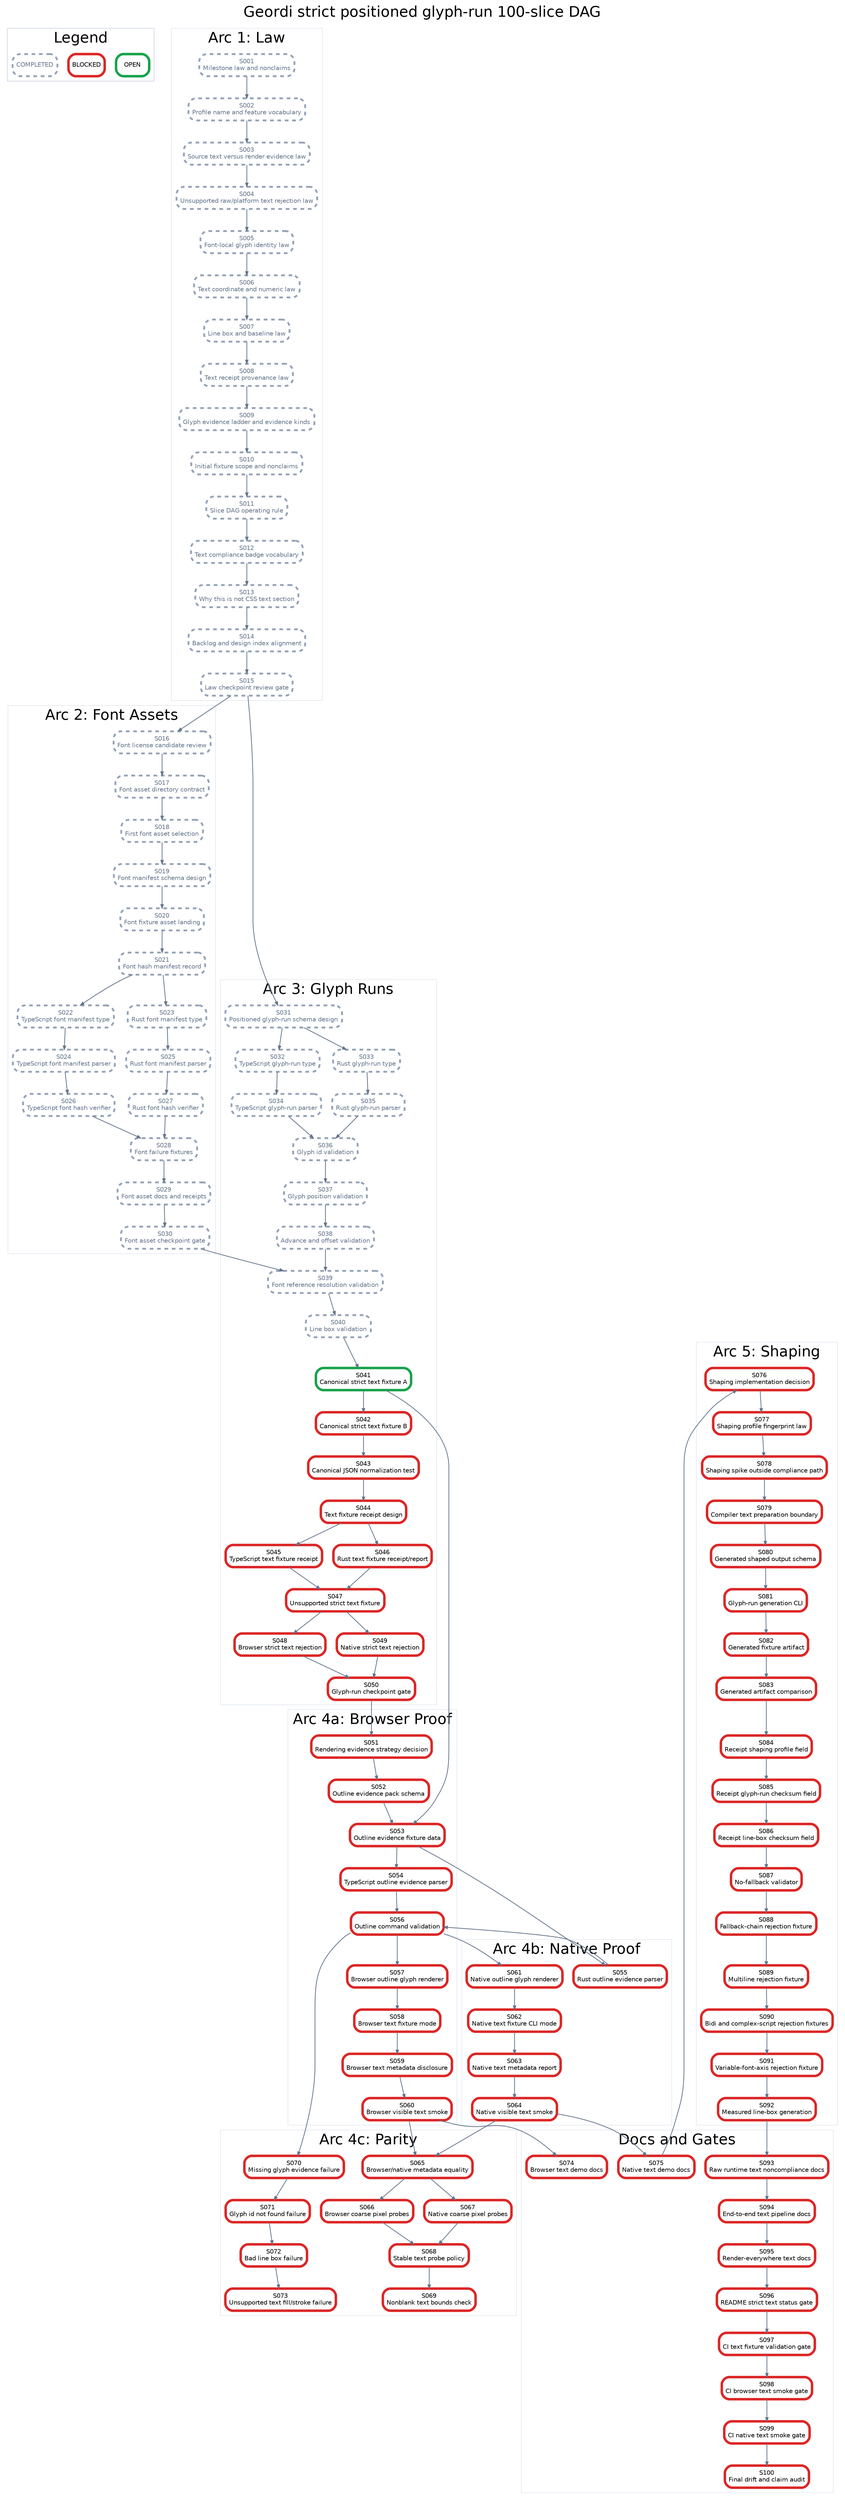
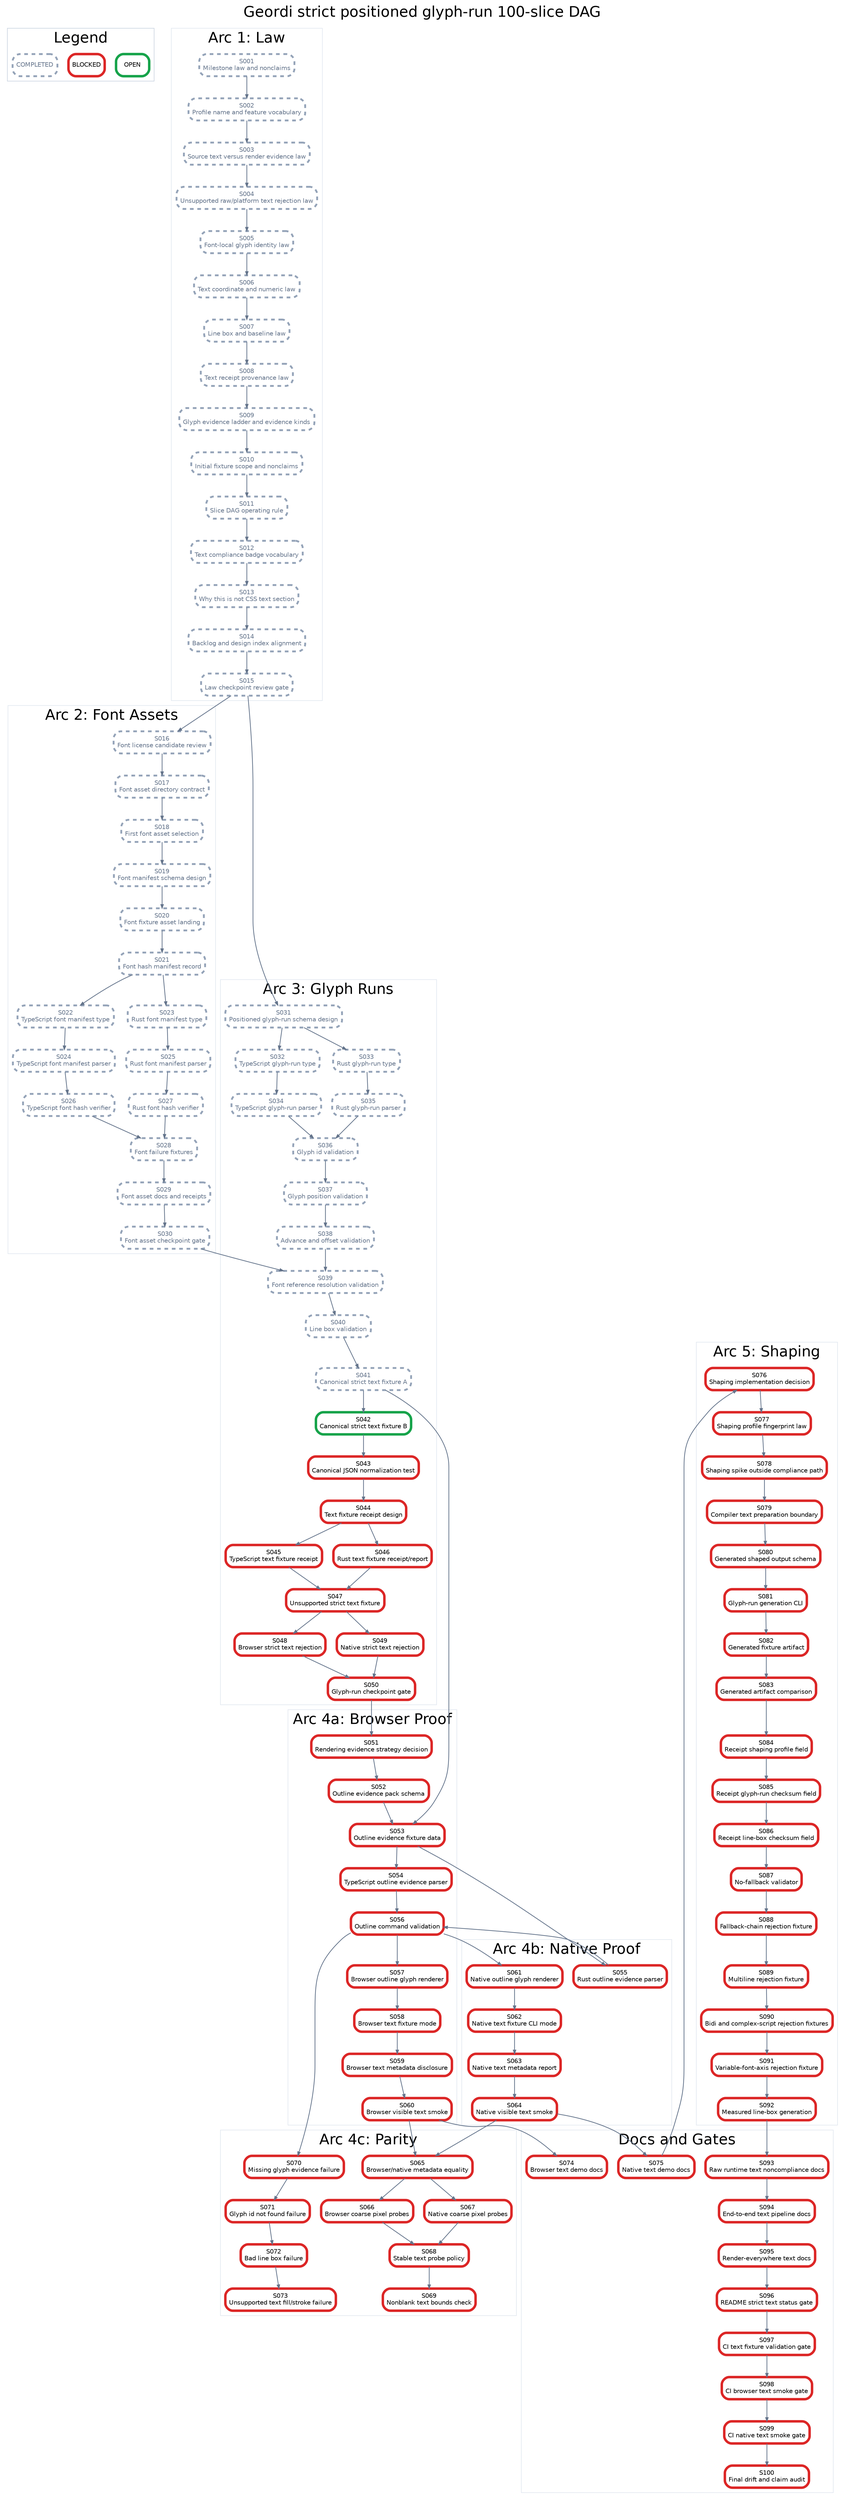
digraph StrictPositionedGlyphRunPlan {
  graph [rankdir=TB, bgcolor="white", fontname="Helvetica", label="Geordi strict positioned glyph-run 100-slice DAG", labelloc="t", fontsize=24];
  node [shape=box, style="rounded,filled", fillcolor="white", fontname="Helvetica", fontsize=10, margin="0.08,0.05"];
  edge [color="#64748b", arrowsize=0.6, penwidth=1.2];

  subgraph cluster_legend {
    label="Legend";
    color="#cbd5e1";
    legend_open [label="OPEN", color="#16a34a", penwidth=4];
    legend_blocked [label="BLOCKED", color="#dc2626", penwidth=4];
    legend_done [label="COMPLETED", color="#94a3b8", penwidth=3, style="rounded,filled,dashed", fontcolor="#64748b"];
  }

  subgraph cluster_law {
    label="Arc 1: Law";
    color="#e2e8f0";
    S001 [label="S001\nMilestone law and nonclaims", color="#94a3b8", penwidth=3, style="rounded,filled,dashed", fontcolor="#64748b"];
    S002 [label="S002\nProfile name and feature vocabulary", color="#94a3b8", penwidth=3, style="rounded,filled,dashed", fontcolor="#64748b"];
    S003 [label="S003\nSource text versus render evidence law", color="#94a3b8", penwidth=3, style="rounded,filled,dashed", fontcolor="#64748b"];
    S004 [label="S004\nUnsupported raw/platform text rejection law", color="#94a3b8", penwidth=3, style="rounded,filled,dashed", fontcolor="#64748b"];
    S005 [label="S005\nFont-local glyph identity law", color="#94a3b8", penwidth=3, style="rounded,filled,dashed", fontcolor="#64748b"];
    S006 [label="S006\nText coordinate and numeric law", color="#94a3b8", penwidth=3, style="rounded,filled,dashed", fontcolor="#64748b"];
    S007 [label="S007\nLine box and baseline law", color="#94a3b8", penwidth=3, style="rounded,filled,dashed", fontcolor="#64748b"];
    S008 [label="S008\nText receipt provenance law", color="#94a3b8", penwidth=3, style="rounded,filled,dashed", fontcolor="#64748b"];
    S009 [label="S009\nGlyph evidence ladder and evidence kinds", color="#94a3b8", penwidth=3, style="rounded,filled,dashed", fontcolor="#64748b"];
    S010 [label="S010\nInitial fixture scope and nonclaims", color="#94a3b8", penwidth=3, style="rounded,filled,dashed", fontcolor="#64748b"];
    S011 [label="S011\nSlice DAG operating rule", color="#94a3b8", penwidth=3, style="rounded,filled,dashed", fontcolor="#64748b"];
    S012 [label="S012\nText compliance badge vocabulary", color="#94a3b8", penwidth=3, style="rounded,filled,dashed", fontcolor="#64748b"];
    S013 [label="S013\nWhy this is not CSS text section", color="#94a3b8", penwidth=3, style="rounded,filled,dashed", fontcolor="#64748b"];
    S014 [label="S014\nBacklog and design index alignment", color="#94a3b8", penwidth=3, style="rounded,filled,dashed", fontcolor="#64748b"];
    S015 [label="S015\nLaw checkpoint review gate", color="#94a3b8", penwidth=3, style="rounded,filled,dashed", fontcolor="#64748b"];
  }

  subgraph cluster_assets {
    label="Arc 2: Font Assets";
    color="#e2e8f0";
    S016 [label="S016\nFont license candidate review", color="#94a3b8", penwidth=3, style="rounded,filled,dashed", fontcolor="#64748b"];
    S017 [label="S017\nFont asset directory contract", color="#94a3b8", penwidth=3, style="rounded,filled,dashed", fontcolor="#64748b"];
    S018 [label="S018\nFirst font asset selection", color="#94a3b8", penwidth=3, style="rounded,filled,dashed", fontcolor="#64748b"];
    S019 [label="S019\nFont manifest schema design", color="#94a3b8", penwidth=3, style="rounded,filled,dashed", fontcolor="#64748b"];
    S020 [label="S020\nFont fixture asset landing", color="#94a3b8", penwidth=3, style="rounded,filled,dashed", fontcolor="#64748b"];
    S021 [label="S021\nFont hash manifest record", color="#94a3b8", penwidth=3, style="rounded,filled,dashed", fontcolor="#64748b"];
    S022 [label="S022\nTypeScript font manifest type", color="#94a3b8", penwidth=3, style="rounded,filled,dashed", fontcolor="#64748b"];
    S023 [label="S023\nRust font manifest type", color="#94a3b8", penwidth=3, style="rounded,filled,dashed", fontcolor="#64748b"];
    S024 [label="S024\nTypeScript font manifest parser", color="#94a3b8", penwidth=3, style="rounded,filled,dashed", fontcolor="#64748b"];
    S025 [label="S025\nRust font manifest parser", color="#94a3b8", penwidth=3, style="rounded,filled,dashed", fontcolor="#64748b"];
    S026 [label="S026\nTypeScript font hash verifier", color="#94a3b8", penwidth=3, style="rounded,filled,dashed", fontcolor="#64748b"];
    S027 [label="S027\nRust font hash verifier", color="#94a3b8", penwidth=3, style="rounded,filled,dashed", fontcolor="#64748b"];
    S028 [label="S028\nFont failure fixtures", color="#94a3b8", penwidth=3, style="rounded,filled,dashed", fontcolor="#64748b"];
    S029 [label="S029\nFont asset docs and receipts", color="#94a3b8", penwidth=3, style="rounded,filled,dashed", fontcolor="#64748b"];
    S030 [label="S030\nFont asset checkpoint gate", color="#94a3b8", penwidth=3, style="rounded,filled,dashed", fontcolor="#64748b"];
  }

  subgraph cluster_glyph {
    label="Arc 3: Glyph Runs";
    color="#e2e8f0";
    S031 [label="S031\nPositioned glyph-run schema design", color="#94a3b8", penwidth=3, style="rounded,filled,dashed", fontcolor="#64748b"];
    S032 [label="S032\nTypeScript glyph-run type", color="#94a3b8", penwidth=3, style="rounded,filled,dashed", fontcolor="#64748b"];
    S033 [label="S033\nRust glyph-run type", color="#94a3b8", penwidth=3, style="rounded,filled,dashed", fontcolor="#64748b"];
    S034 [label="S034\nTypeScript glyph-run parser", color="#94a3b8", penwidth=3, style="rounded,filled,dashed", fontcolor="#64748b"];
    S035 [label="S035\nRust glyph-run parser", color="#94a3b8", penwidth=3, style="rounded,filled,dashed", fontcolor="#64748b"];
    S036 [label="S036\nGlyph id validation", color="#94a3b8", penwidth=3, style="rounded,filled,dashed", fontcolor="#64748b"];
    S037 [label="S037\nGlyph position validation", color="#94a3b8", penwidth=3, style="rounded,filled,dashed", fontcolor="#64748b"];
    S038 [label="S038\nAdvance and offset validation", color="#94a3b8", penwidth=3, style="rounded,filled,dashed", fontcolor="#64748b"];
    S039 [label="S039\nFont reference resolution validation", color="#94a3b8", penwidth=3, style="rounded,filled,dashed", fontcolor="#64748b"];
    S040 [label="S040\nLine box validation", color="#94a3b8", penwidth=3, style="rounded,filled,dashed", fontcolor="#64748b"];
-     S041 [label="S041\nCanonical strict text fixture A", color="#16a34a", penwidth=4];
-     S042 [label="S042\nCanonical strict text fixture B", color="#dc2626", penwidth=4];
+     S041 [label="S041\nCanonical strict text fixture A", color="#94a3b8", penwidth=3, style="rounded,filled,dashed", fontcolor="#64748b"];
+     S042 [label="S042\nCanonical strict text fixture B", color="#16a34a", penwidth=4];
    S043 [label="S043\nCanonical JSON normalization test", color="#dc2626", penwidth=4];
    S044 [label="S044\nText fixture receipt design", color="#dc2626", penwidth=4];
    S045 [label="S045\nTypeScript text fixture receipt", color="#dc2626", penwidth=4];
    S046 [label="S046\nRust text fixture receipt/report", color="#dc2626", penwidth=4];
    S047 [label="S047\nUnsupported strict text fixture", color="#dc2626", penwidth=4];
    S048 [label="S048\nBrowser strict text rejection", color="#dc2626", penwidth=4];
    S049 [label="S049\nNative strict text rejection", color="#dc2626", penwidth=4];
    S050 [label="S050\nGlyph-run checkpoint gate", color="#dc2626", penwidth=4];
  }

  subgraph cluster_browser {
    label="Arc 4a: Browser Proof";
    color="#e2e8f0";
    S051 [label="S051\nRendering evidence strategy decision", color="#dc2626", penwidth=4];
    S052 [label="S052\nOutline evidence pack schema", color="#dc2626", penwidth=4];
    S053 [label="S053\nOutline evidence fixture data", color="#dc2626", penwidth=4];
    S054 [label="S054\nTypeScript outline evidence parser", color="#dc2626", penwidth=4];
    S056 [label="S056\nOutline command validation", color="#dc2626", penwidth=4];
    S057 [label="S057\nBrowser outline glyph renderer", color="#dc2626", penwidth=4];
    S058 [label="S058\nBrowser text fixture mode", color="#dc2626", penwidth=4];
    S059 [label="S059\nBrowser text metadata disclosure", color="#dc2626", penwidth=4];
    S060 [label="S060\nBrowser visible text smoke", color="#dc2626", penwidth=4];
  }

  subgraph cluster_native {
    label="Arc 4b: Native Proof";
    color="#e2e8f0";
    S055 [label="S055\nRust outline evidence parser", color="#dc2626", penwidth=4];
    S061 [label="S061\nNative outline glyph renderer", color="#dc2626", penwidth=4];
    S062 [label="S062\nNative text fixture CLI mode", color="#dc2626", penwidth=4];
    S063 [label="S063\nNative text metadata report", color="#dc2626", penwidth=4];
    S064 [label="S064\nNative visible text smoke", color="#dc2626", penwidth=4];
  }

  subgraph cluster_parity {
    label="Arc 4c: Parity";
    color="#e2e8f0";
    S065 [label="S065\nBrowser/native metadata equality", color="#dc2626", penwidth=4];
    S066 [label="S066\nBrowser coarse pixel probes", color="#dc2626", penwidth=4];
    S067 [label="S067\nNative coarse pixel probes", color="#dc2626", penwidth=4];
    S068 [label="S068\nStable text probe policy", color="#dc2626", penwidth=4];
    S069 [label="S069\nNonblank text bounds check", color="#dc2626", penwidth=4];
    S070 [label="S070\nMissing glyph evidence failure", color="#dc2626", penwidth=4];
    S071 [label="S071\nGlyph id not found failure", color="#dc2626", penwidth=4];
    S072 [label="S072\nBad line box failure", color="#dc2626", penwidth=4];
    S073 [label="S073\nUnsupported text fill/stroke failure", color="#dc2626", penwidth=4];
  }

  subgraph cluster_shaping {
    label="Arc 5: Shaping";
    color="#e2e8f0";
    S076 [label="S076\nShaping implementation decision", color="#dc2626", penwidth=4];
    S077 [label="S077\nShaping profile fingerprint law", color="#dc2626", penwidth=4];
    S078 [label="S078\nShaping spike outside compliance path", color="#dc2626", penwidth=4];
    S079 [label="S079\nCompiler text preparation boundary", color="#dc2626", penwidth=4];
    S080 [label="S080\nGenerated shaped output schema", color="#dc2626", penwidth=4];
    S081 [label="S081\nGlyph-run generation CLI", color="#dc2626", penwidth=4];
    S082 [label="S082\nGenerated fixture artifact", color="#dc2626", penwidth=4];
    S083 [label="S083\nGenerated artifact comparison", color="#dc2626", penwidth=4];
    S084 [label="S084\nReceipt shaping profile field", color="#dc2626", penwidth=4];
    S085 [label="S085\nReceipt glyph-run checksum field", color="#dc2626", penwidth=4];
    S086 [label="S086\nReceipt line-box checksum field", color="#dc2626", penwidth=4];
    S087 [label="S087\nNo-fallback validator", color="#dc2626", penwidth=4];
    S088 [label="S088\nFallback-chain rejection fixture", color="#dc2626", penwidth=4];
    S089 [label="S089\nMultiline rejection fixture", color="#dc2626", penwidth=4];
    S090 [label="S090\nBidi and complex-script rejection fixtures", color="#dc2626", penwidth=4];
    S091 [label="S091\nVariable-font-axis rejection fixture", color="#dc2626", penwidth=4];
    S092 [label="S092\nMeasured line-box generation", color="#dc2626", penwidth=4];
  }

  subgraph cluster_docs {
    label="Docs and Gates";
    color="#e2e8f0";
    S074 [label="S074\nBrowser text demo docs", color="#dc2626", penwidth=4];
    S075 [label="S075\nNative text demo docs", color="#dc2626", penwidth=4];
    S093 [label="S093\nRaw runtime text noncompliance docs", color="#dc2626", penwidth=4];
    S094 [label="S094\nEnd-to-end text pipeline docs", color="#dc2626", penwidth=4];
    S095 [label="S095\nRender-everywhere text docs", color="#dc2626", penwidth=4];
    S096 [label="S096\nREADME strict text status gate", color="#dc2626", penwidth=4];
    S097 [label="S097\nCI text fixture validation gate", color="#dc2626", penwidth=4];
    S098 [label="S098\nCI browser text smoke gate", color="#dc2626", penwidth=4];
    S099 [label="S099\nCI native text smoke gate", color="#dc2626", penwidth=4];
    S100 [label="S100\nFinal drift and claim audit", color="#dc2626", penwidth=4];
  }

  S001 -> S002;
  S002 -> S003;
  S003 -> S004;
  S004 -> S005;
  S005 -> S006;
  S006 -> S007;
  S007 -> S008;
  S008 -> S009;
  S009 -> S010;
  S010 -> S011;
  S011 -> S012;
  S012 -> S013;
  S013 -> S014;
  S014 -> S015;
  S015 -> S016;
  S016 -> S017;
  S017 -> S018;
  S018 -> S019;
  S019 -> S020;
  S020 -> S021;
  S021 -> S022;
  S021 -> S023;
  S022 -> S024;
  S023 -> S025;
  S024 -> S026;
  S025 -> S027;
  S026 -> S028;
  S027 -> S028;
  S028 -> S029;
  S029 -> S030;
  S015 -> S031;
  S031 -> S032;
  S031 -> S033;
  S032 -> S034;
  S033 -> S035;
  S034 -> S036;
  S035 -> S036;
  S036 -> S037;
  S037 -> S038;
  S038 -> S039;
  S039 -> S040;
  S030 -> S039;
  S040 -> S041;
  S041 -> S042;
  S042 -> S043;
  S043 -> S044;
  S044 -> S045;
  S044 -> S046;
  S045 -> S047;
  S046 -> S047;
  S047 -> S048;
  S047 -> S049;
  S048 -> S050;
  S049 -> S050;
  S050 -> S051;
  S051 -> S052;
  S052 -> S053;
  S041 -> S053;
  S053 -> S054;
  S053 -> S055;
  S054 -> S056;
  S055 -> S056;
  S056 -> S057;
  S057 -> S058;
  S058 -> S059;
  S059 -> S060;
  S056 -> S061;
  S061 -> S062;
  S062 -> S063;
  S063 -> S064;
  S060 -> S065;
  S064 -> S065;
  S065 -> S066;
  S065 -> S067;
  S066 -> S068;
  S067 -> S068;
  S068 -> S069;
  S056 -> S070;
  S070 -> S071;
  S071 -> S072;
  S072 -> S073;
  S060 -> S074;
  S064 -> S075;
  S075 -> S076;
  S076 -> S077;
  S077 -> S078;
  S078 -> S079;
  S079 -> S080;
  S080 -> S081;
  S081 -> S082;
  S082 -> S083;
  S083 -> S084;
  S084 -> S085;
  S085 -> S086;
  S086 -> S087;
  S087 -> S088;
  S088 -> S089;
  S089 -> S090;
  S090 -> S091;
  S091 -> S092;
  S092 -> S093;
  S093 -> S094;
  S094 -> S095;
  S095 -> S096;
  S096 -> S097;
  S097 -> S098;
  S098 -> S099;
  S099 -> S100;
}
